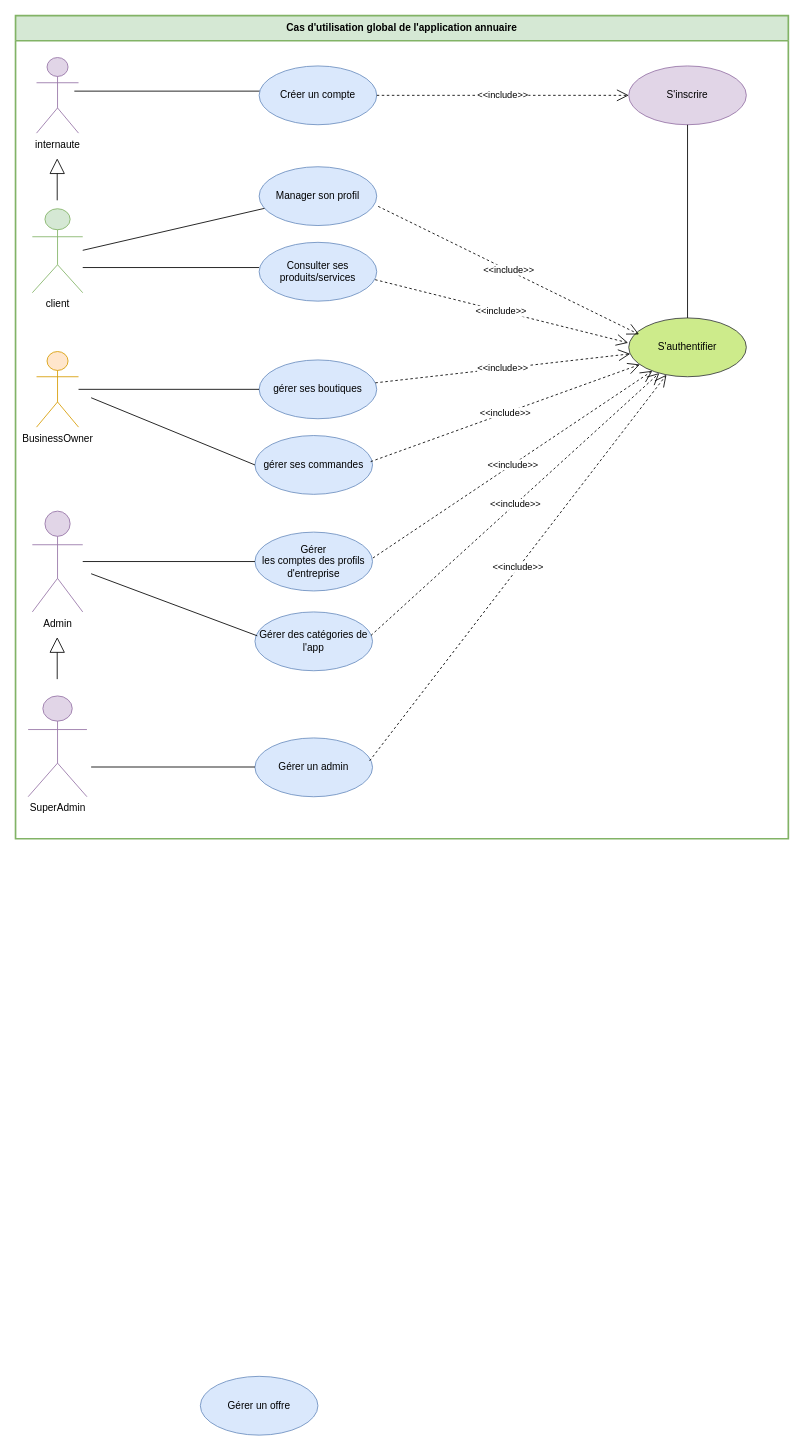
Above: Diagramme des cas d'utilisation global.drawio in amine-elarass49/angular_doc (draw.io), before the change. Source tidied: cells renumbered, new cells numbered last; positions are measured from the earlier drawing's top-left corner, leaving out a move shared by most shapes. Both pictures are drawn from the tidied source at 84%, with x=0, y=0 at pixel (15, 15).
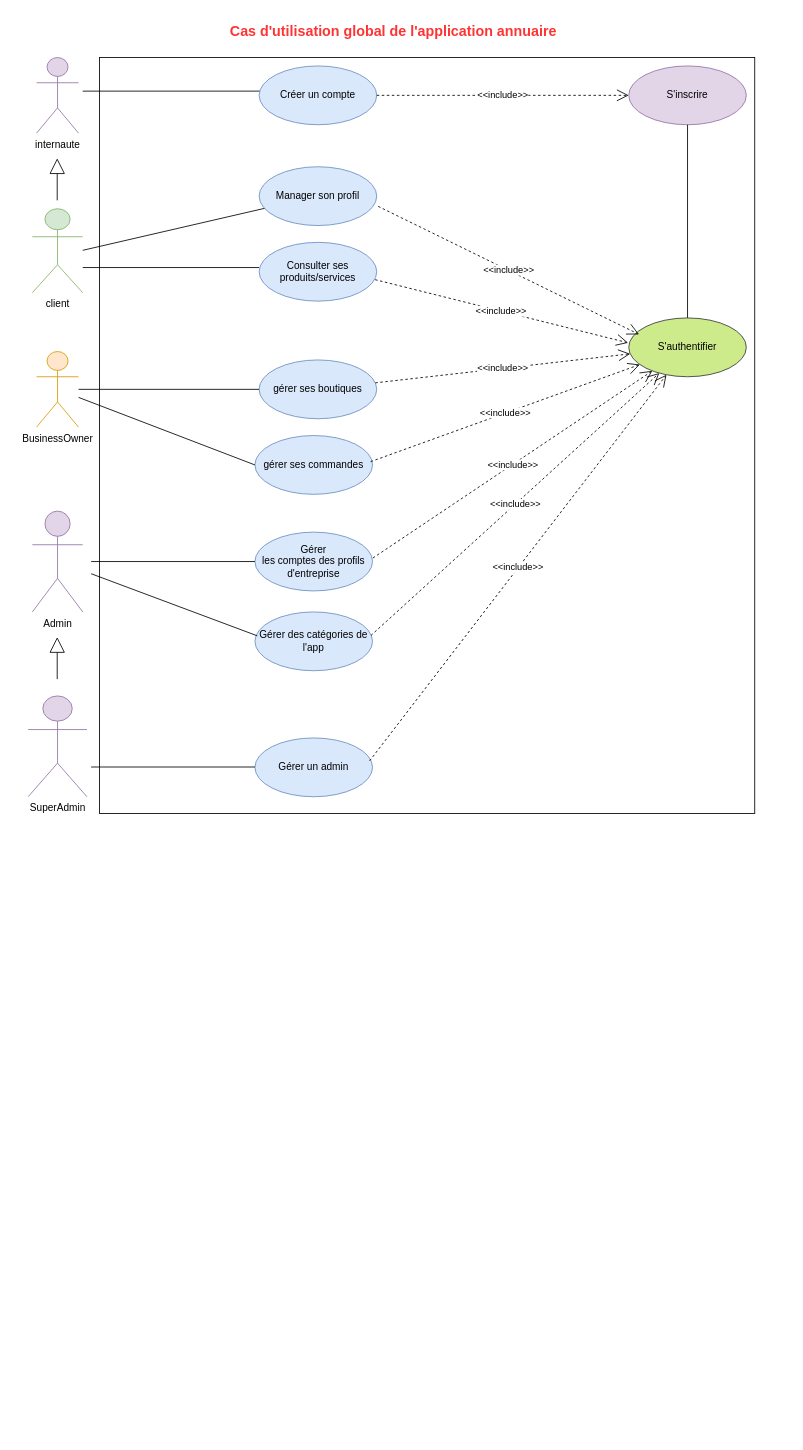
After the change.

The change refers to these unchanged cells:
```xml
<mxCell id="11" value="&lt;div&gt;Gérer&lt;/div&gt;&lt;div&gt; les comptes des profils d'entreprise&lt;br&gt;&lt;/div&gt;" style="ellipse;whiteSpace=wrap;html=1;fillColor=#dae8fc;strokeColor=#6c8ebf;" parent="1" vertex="1">
  <mxGeometry x="285" y="615" width="140" height="70" as="geometry" />
</mxCell>
<mxCell id="20" value="gérer ses commandes" style="ellipse;whiteSpace=wrap;html=1;fillColor=#dae8fc;strokeColor=#6c8ebf;" parent="1" vertex="1">
  <mxGeometry x="285" y="500" width="140" height="70" as="geometry" />
</mxCell>
<mxCell id="33" value="BusinessOwner" style="shape=umlActor;verticalLabelPosition=bottom;verticalAlign=top;html=1;outlineConnect=0;fillColor=#ffe6cc;strokeColor=#d79b00;" parent="29" vertex="1">
  <mxGeometry x="25" y="400" width="50" height="90" as="geometry" />
</mxCell>
<mxCell id="34" value="Admin" style="shape=umlActor;verticalLabelPosition=bottom;verticalAlign=top;html=1;outlineConnect=0;fillColor=#e1d5e7;strokeColor=#9673a6;" parent="29" vertex="1">
  <mxGeometry x="20" y="590" width="60" height="120" as="geometry" />
</mxCell>
```

Diff of the diagram source:
```diff
@@
     <mxCell id="2" style="endArrow=none;html=1;rounded=0;" parent="1" edge="1">
       <mxGeometry relative="1" as="geometry">
-        <mxPoint x="70" y="90" as="sourcePoint" />
+        <mxPoint x="80" y="90" as="sourcePoint" />
         <mxPoint x="300" y="90" as="targetPoint" />
       </mxGeometry>
     </mxCell>
@@
-    <mxCell id="5" value="Gérer un offre" style="ellipse;whiteSpace=wrap;html=1;fillColor=#dae8fc;strokeColor=#6c8ebf;" parent="1" vertex="1">
-      <mxGeometry x="220" y="1620" width="140" height="70" as="geometry" />
-    </mxCell>
@@
-    <mxCell id="17" style="endArrow=none;html=1;rounded=0;" parent="1" edge="1" source="34" target="11">
-      <mxGeometry relative="1" as="geometry" />
+    <mxCell id="17" style="endArrow=none;html=1;rounded=0;" parent="1" edge="1" target="11">
+      <mxGeometry relative="1" as="geometry">
+        <mxPoint x="90" y="650" as="sourcePoint" />
+      </mxGeometry>
     </mxCell>
@@
-    <mxCell id="21" style="endArrow=none;html=1;rounded=0;entryX=0;entryY=0.5;entryDx=0;entryDy=0;" parent="1" edge="1" target="20">
-      <mxGeometry relative="1" as="geometry">
-        <mxPoint x="90" y="455" as="sourcePoint" />
-      </mxGeometry>
+    <mxCell id="21" style="endArrow=none;html=1;rounded=0;entryX=0;entryY=0.5;entryDx=0;entryDy=0;" parent="1" edge="1" source="33" target="20">
+      <mxGeometry relative="1" as="geometry" />
     </mxCell>
@@
-    <mxCell id="29" value="Cas d'utilisation global de l'application annuaire" style="swimlane;whiteSpace=wrap;html=1;fillColor=#d5e8d4;strokeColor=#82b366;strokeWidth=2;startSize=30;" parent="1" vertex="1">
-      <mxGeometry width="920" height="980" as="geometry" />
+    <mxCell id="29" value="&lt;font style=&quot;font-size: 17px;&quot; color=&quot;#ff3333&quot;&gt;Cas d'utilisation global de l'application annuaire&lt;/font&gt;" style="swimlane;whiteSpace=wrap;html=1;strokeWidth=2;startSize=40;fillColor=none;strokeColor=none;" parent="1" vertex="1">
+      <mxGeometry width="900" height="970" as="geometry" />
     </mxCell>
@@
+    <mxCell id="38" style="rounded=0;whiteSpace=wrap;html=1;fillColor=none;" parent="29" vertex="1">
+      <mxGeometry x="100" y="50" width="780" height="900" as="geometry" />
+    </mxCell>
```
